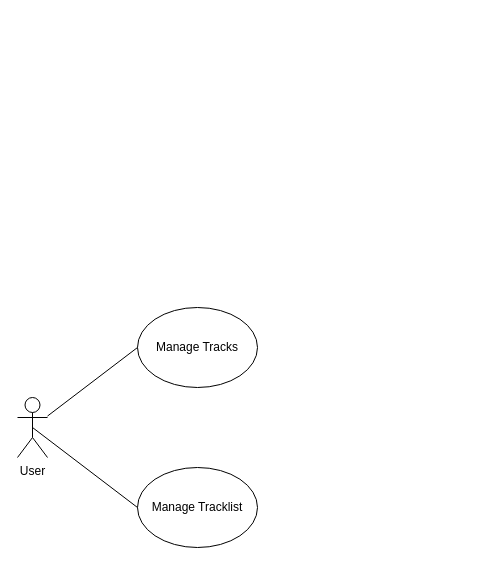
peterpool-dasherz/oop-new keeps this draw.io diagram as JukeBox/Untitled Diagram.drawio. Above is the earlier version. Source tidied: cells renumbered, new cells numbered last; positions are measured from the earlier drawing's top-left corner, leaving out a move shared by most shapes. Both pictures are drawn from the tidied source at 100%, with x=0, y=0 at pixel (17, 307).
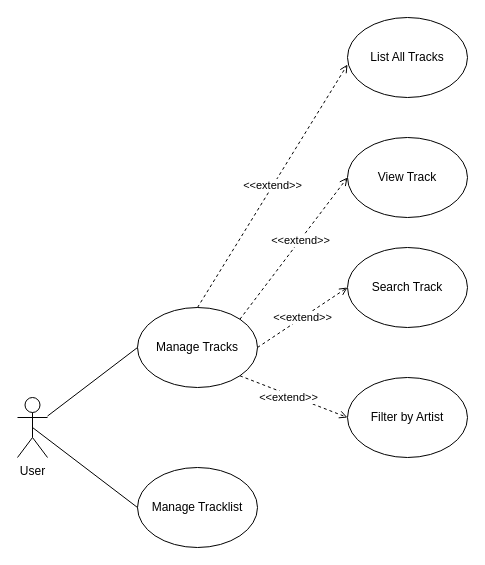
The same diagram, later.

What changed in the source:
```diff
@@
 <mxGraphModel>
   <root>
     <mxCell id="0" />
     <mxCell id="1" parent="0" />
     <mxCell id="2" value="User&lt;div&gt;&lt;br&gt;&lt;/div&gt;" style="shape=umlActor;verticalLabelPosition=bottom;verticalAlign=top;html=1;outlineConnect=0;" parent="1" vertex="1">
       <mxGeometry y="90" width="30" height="60" as="geometry" />
     </mxCell>
     <mxCell id="3" value="Manage Tracks" style="ellipse;whiteSpace=wrap;html=1;" parent="1" vertex="1">
       <mxGeometry x="120" width="120" height="80" as="geometry" />
     </mxCell>
     <mxCell id="4" value="Manage Tracklist" style="ellipse;whiteSpace=wrap;html=1;" parent="1" vertex="1">
       <mxGeometry x="120" y="160" width="120" height="80" as="geometry" />
     </mxCell>
     <mxCell id="5" style="endArrow=none;html=1;rounded=0;" parent="1" edge="1" source="2">
       <mxGeometry relative="1" as="geometry">
         <mxPoint x="120" y="40" as="targetPoint" />
       </mxGeometry>
     </mxCell>
     <mxCell id="6" style="endArrow=none;html=1;rounded=0;exitX=0;exitY=0.5;exitDx=0;exitDy=0;entryX=0.5;entryY=0.5;entryDx=0;entryDy=0;entryPerimeter=0;" parent="1" edge="1" source="4" target="2">
       <mxGeometry relative="1" as="geometry" />
     </mxCell>
+    <mxCell id="7" value="List All Tracks" style="ellipse;whiteSpace=wrap;html=1;" parent="1" vertex="1">
+      <mxGeometry x="330" y="-290" width="120" height="80" as="geometry" />
+    </mxCell>
+    <mxCell id="8" value="&amp;lt;&amp;lt;extend&amp;gt;&amp;gt;" style="endArrow=open;dashed=1;html=1;rounded=0;exitX=0.5;exitY=0;exitDx=0;exitDy=0;entryX=0;entryY=0.588;entryDx=0;entryDy=0;entryPerimeter=0;endFill=0;" parent="1" edge="1" source="3" target="7">
+      <mxGeometry relative="1" as="geometry" />
+    </mxCell>
+    <mxCell id="9" value="View Track" style="ellipse;whiteSpace=wrap;html=1;" parent="1" vertex="1">
+      <mxGeometry x="330" y="-170" width="120" height="80" as="geometry" />
+    </mxCell>
+    <mxCell id="10" style="endArrow=open;dashed=1;html=1;rounded=0;exitX=1;exitY=0;exitDx=0;exitDy=0;entryX=0;entryY=0.5;entryDx=0;entryDy=0;endFill=0;" parent="1" edge="1" source="3" target="9">
+      <mxGeometry relative="1" as="geometry" />
+    </mxCell>
+    <mxCell id="11" value="&amp;lt;&amp;lt;extend&amp;gt;&amp;gt;" style="edgeLabel;html=1;align=center;verticalAlign=middle;" parent="10" vertex="1">
+      <mxGeometry x="0.11" relative="1" as="geometry" />
+    </mxCell>
+    <mxCell id="12" value="Search Track" style="ellipse;whiteSpace=wrap;html=1;" parent="1" vertex="1">
+      <mxGeometry x="330" y="-60" width="120" height="80" as="geometry" />
+    </mxCell>
+    <mxCell id="13" value="&amp;lt;&amp;lt;extend&amp;gt;&amp;gt;" style="endArrow=open;dashed=1;html=1;rounded=0;exitX=1;exitY=0.5;exitDx=0;exitDy=0;entryX=0;entryY=0.5;entryDx=0;entryDy=0;endFill=0;" parent="1" edge="1" source="3" target="12">
+      <mxGeometry relative="1" as="geometry" />
+    </mxCell>
+    <mxCell id="14" value="Filter by Artist" style="ellipse;whiteSpace=wrap;html=1;" parent="1" vertex="1">
+      <mxGeometry x="330" y="70" width="120" height="80" as="geometry" />
+    </mxCell>
+    <mxCell id="15" style="endArrow=open;dashed=1;html=1;rounded=0;entryX=0;entryY=0.5;entryDx=0;entryDy=0;exitX=1;exitY=1;exitDx=0;exitDy=0;endFill=0;" parent="1" edge="1" source="3" target="14">
+      <mxGeometry relative="1" as="geometry" />
+    </mxCell>
+    <mxCell id="16" value="&amp;lt;&amp;lt;extend&amp;gt;&amp;gt;" style="edgeLabel;html=1;align=center;verticalAlign=middle;" parent="15" vertex="1">
+      <mxGeometry x="-0.5" y="3" relative="1" as="geometry">
+        <mxPoint x="20" y="14" as="offset" />
+      </mxGeometry>
+    </mxCell>
   </root>
 </mxGraphModel>
```
